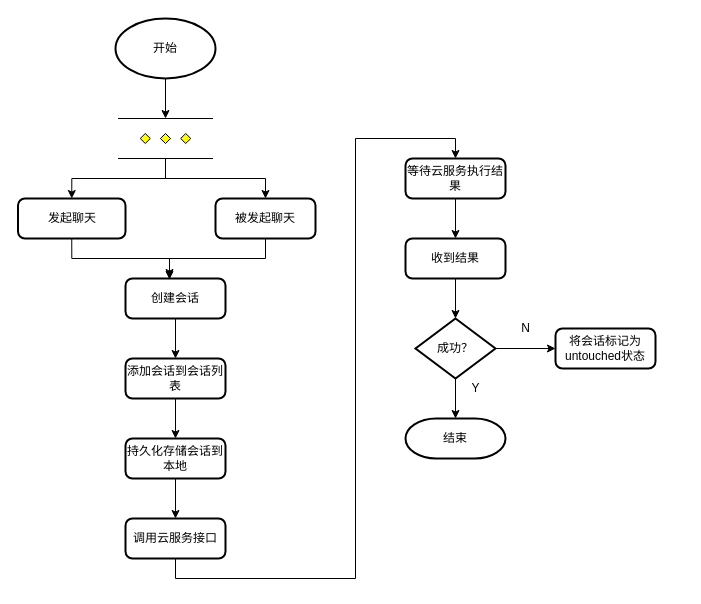
Before: page "第 2 页" (2 of 6) of 获取会话列表.drawio in liuao2010/360MobileSafe, a draw.io diagram. Source tidied: cells renumbered, new cells numbered last; positions are measured from the earlier drawing's top-left corner, leaving out a move shared by most shapes. Both pictures are drawn from the tidied source at 100%, with x=0, y=0 at pixel (17, 18).
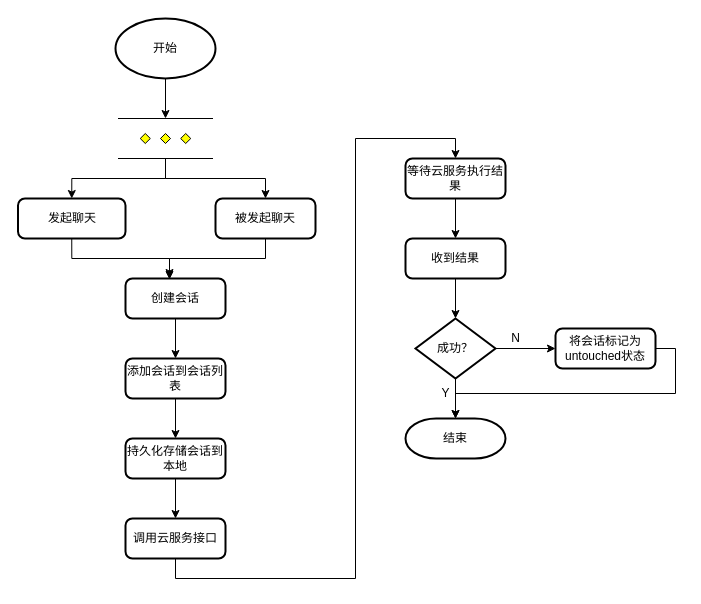
The same diagram, later.

Unchanged cells that the change refers to:
```xml
<mxCell id="26" value="将会话标记为untouched状态" style="rounded=1;whiteSpace=wrap;html=1;absoluteArcSize=1;arcSize=14;strokeWidth=2;" parent="1" vertex="1">
  <mxGeometry x="538" y="310" width="100" height="40" as="geometry" />
</mxCell>
<mxCell id="27" value="结束" style="strokeWidth=2;html=1;shape=mxgraph.flowchart.terminator;whiteSpace=wrap;rounded=1;" parent="1" vertex="1">
  <mxGeometry x="388" y="400" width="100" height="40" as="geometry" />
</mxCell>
```

The edit, as a diff of the source:
```diff
@@
+    <mxCell id="30" style="edgeStyle=orthogonalEdgeStyle;rounded=0;jettySize=auto;html=1;exitX=1;exitY=0.5;exitDx=0;exitDy=0;" parent="1" edge="1" source="26" target="27">
+      <mxGeometry relative="1" as="geometry" />
+    </mxCell>
@@
     <mxCell id="28" value="N" style="text;html=1;align=center;verticalAlign=middle;" parent="1" vertex="1">
-      <mxGeometry x="498" y="300" width="20" height="20" as="geometry" />
+      <mxGeometry x="488" y="310" width="20" height="20" as="geometry" />
     </mxCell>
     <mxCell id="29" value="Y" style="text;html=1;align=center;verticalAlign=middle;" parent="1" vertex="1">
-      <mxGeometry x="448" y="360" width="20" height="20" as="geometry" />
+      <mxGeometry x="418" y="365" width="20" height="20" as="geometry" />
     </mxCell>
```
